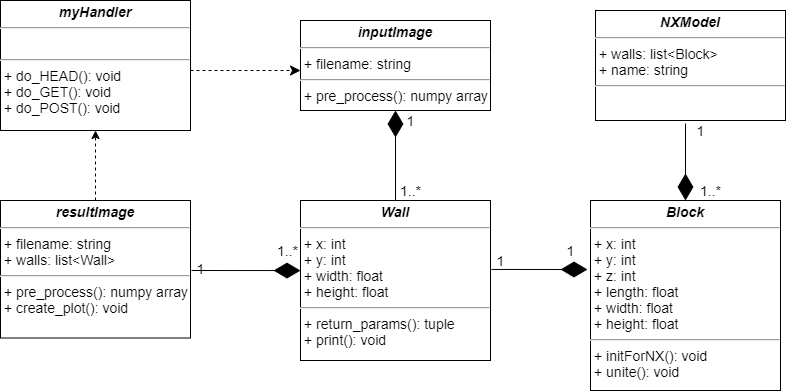
Before: Figures/A2/class_diagram.png, a diagram exported from draw.io (lerausenco/KBE-Prosjekt). Source tidied: cells renumbered, new cells last; positions are measured from the earlier drawing's top-left corner, leaving out a move shared by most shapes.
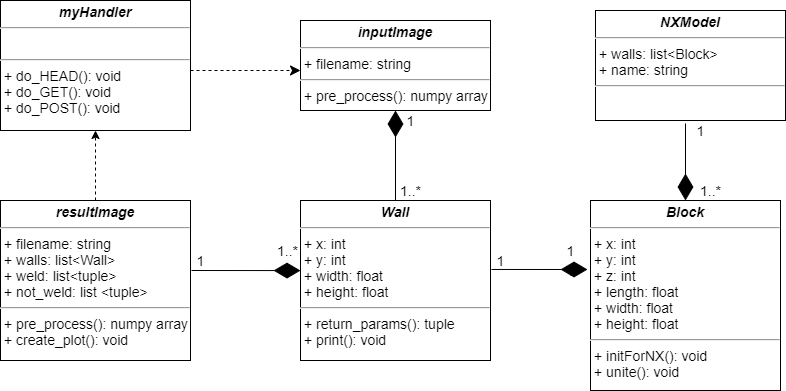
After the commit.

What changed in the source:
```diff
@@ -57,8 +57,8 @@
     <mxCell id="17" style="edgeStyle=orthogonalEdgeStyle;rounded=0;jettySize=auto;html=1;fontSize=14;dashed=1;" parent="1" edge="1" source="18" target="2">
       <mxGeometry relative="1" as="geometry" />
     </mxCell>
-    <mxCell id="18" value="&lt;p style=&quot;margin: 4px 0px 0px ; text-align: center ; font-size: 14px&quot;&gt;&lt;i style=&quot;font-size: 14px&quot;&gt;&lt;b style=&quot;font-size: 14px&quot;&gt;resultImage&lt;/b&gt;&lt;/i&gt;&lt;/p&gt;&lt;hr style=&quot;font-size: 14px&quot;&gt;&lt;p style=&quot;margin: 0px 0px 0px 4px ; font-size: 14px&quot;&gt;+ filename: string&lt;/p&gt;&lt;p style=&quot;margin: 0px 0px 0px 4px ; font-size: 14px&quot;&gt;+ walls: list&amp;lt;Wall&amp;gt;&lt;/p&gt;&lt;hr style=&quot;font-size: 14px&quot;&gt;&lt;p style=&quot;margin: 0px 0px 0px 4px ; font-size: 14px&quot;&gt;+ pre_process(): numpy array&lt;/p&gt;&lt;p style=&quot;margin: 0px 0px 0px 4px ; font-size: 14px&quot;&gt;+ create_plot(): void&lt;/p&gt;" style="verticalAlign=top;align=left;overflow=fill;fontSize=14;fontFamily=Helvetica;html=1;" parent="1" vertex="1">
-      <mxGeometry y="200" width="190" height="137.5" as="geometry" />
+    <mxCell id="18" value="&lt;p style=&quot;margin: 4px 0px 0px ; text-align: center ; font-size: 14px&quot;&gt;&lt;i style=&quot;font-size: 14px&quot;&gt;&lt;b style=&quot;font-size: 14px&quot;&gt;resultImage&lt;/b&gt;&lt;/i&gt;&lt;/p&gt;&lt;hr style=&quot;font-size: 14px&quot;&gt;&lt;p style=&quot;margin: 0px 0px 0px 4px ; font-size: 14px&quot;&gt;+ filename: string&lt;/p&gt;&lt;p style=&quot;margin: 0px 0px 0px 4px ; font-size: 14px&quot;&gt;+ walls: list&amp;lt;Wall&amp;gt;&lt;/p&gt;&lt;p style=&quot;margin: 0px 0px 0px 4px ; font-size: 14px&quot;&gt;+ weld: list&amp;lt;tuple&amp;gt;&lt;/p&gt;&lt;p style=&quot;margin: 0px 0px 0px 4px ; font-size: 14px&quot;&gt;+ not_weld: list &amp;lt;tuple&amp;gt;&lt;/p&gt;&lt;hr style=&quot;font-size: 14px&quot;&gt;&lt;p style=&quot;margin: 0px 0px 0px 4px ; font-size: 14px&quot;&gt;+ pre_process(): numpy array&lt;/p&gt;&lt;p style=&quot;margin: 0px 0px 0px 4px ; font-size: 14px&quot;&gt;+ create_plot(): void&lt;/p&gt;" style="verticalAlign=top;align=left;overflow=fill;fontSize=14;fontFamily=Helvetica;html=1;" parent="1" vertex="1">
+      <mxGeometry y="200" width="190" height="160" as="geometry" />
     </mxCell>
     <mxCell id="19" style="endArrow=diamondThin;endFill=1;endSize=24;html=1;fontSize=14;exitX=1.005;exitY=0.431;exitDx=0;exitDy=0;exitPerimeter=0;entryX=0;entryY=0.438;entryDx=0;entryDy=0;entryPerimeter=0;" parent="1" edge="1" target="3">
       <mxGeometry relative="1" as="geometry">
@@ -72,7 +72,7 @@
       <mxGeometry x="267" y="240" width="40" height="20" as="geometry" />
     </mxCell>
     <mxCell id="22" value="1" style="text;html=1;align=center;verticalAlign=middle;fontSize=14;" parent="1" vertex="1">
-      <mxGeometry x="190" y="257.5" width="20" height="20" as="geometry" />
+      <mxGeometry x="190" y="250" width="20" height="20" as="geometry" />
     </mxCell>
   </root>
 </mxGraphModel>
```
